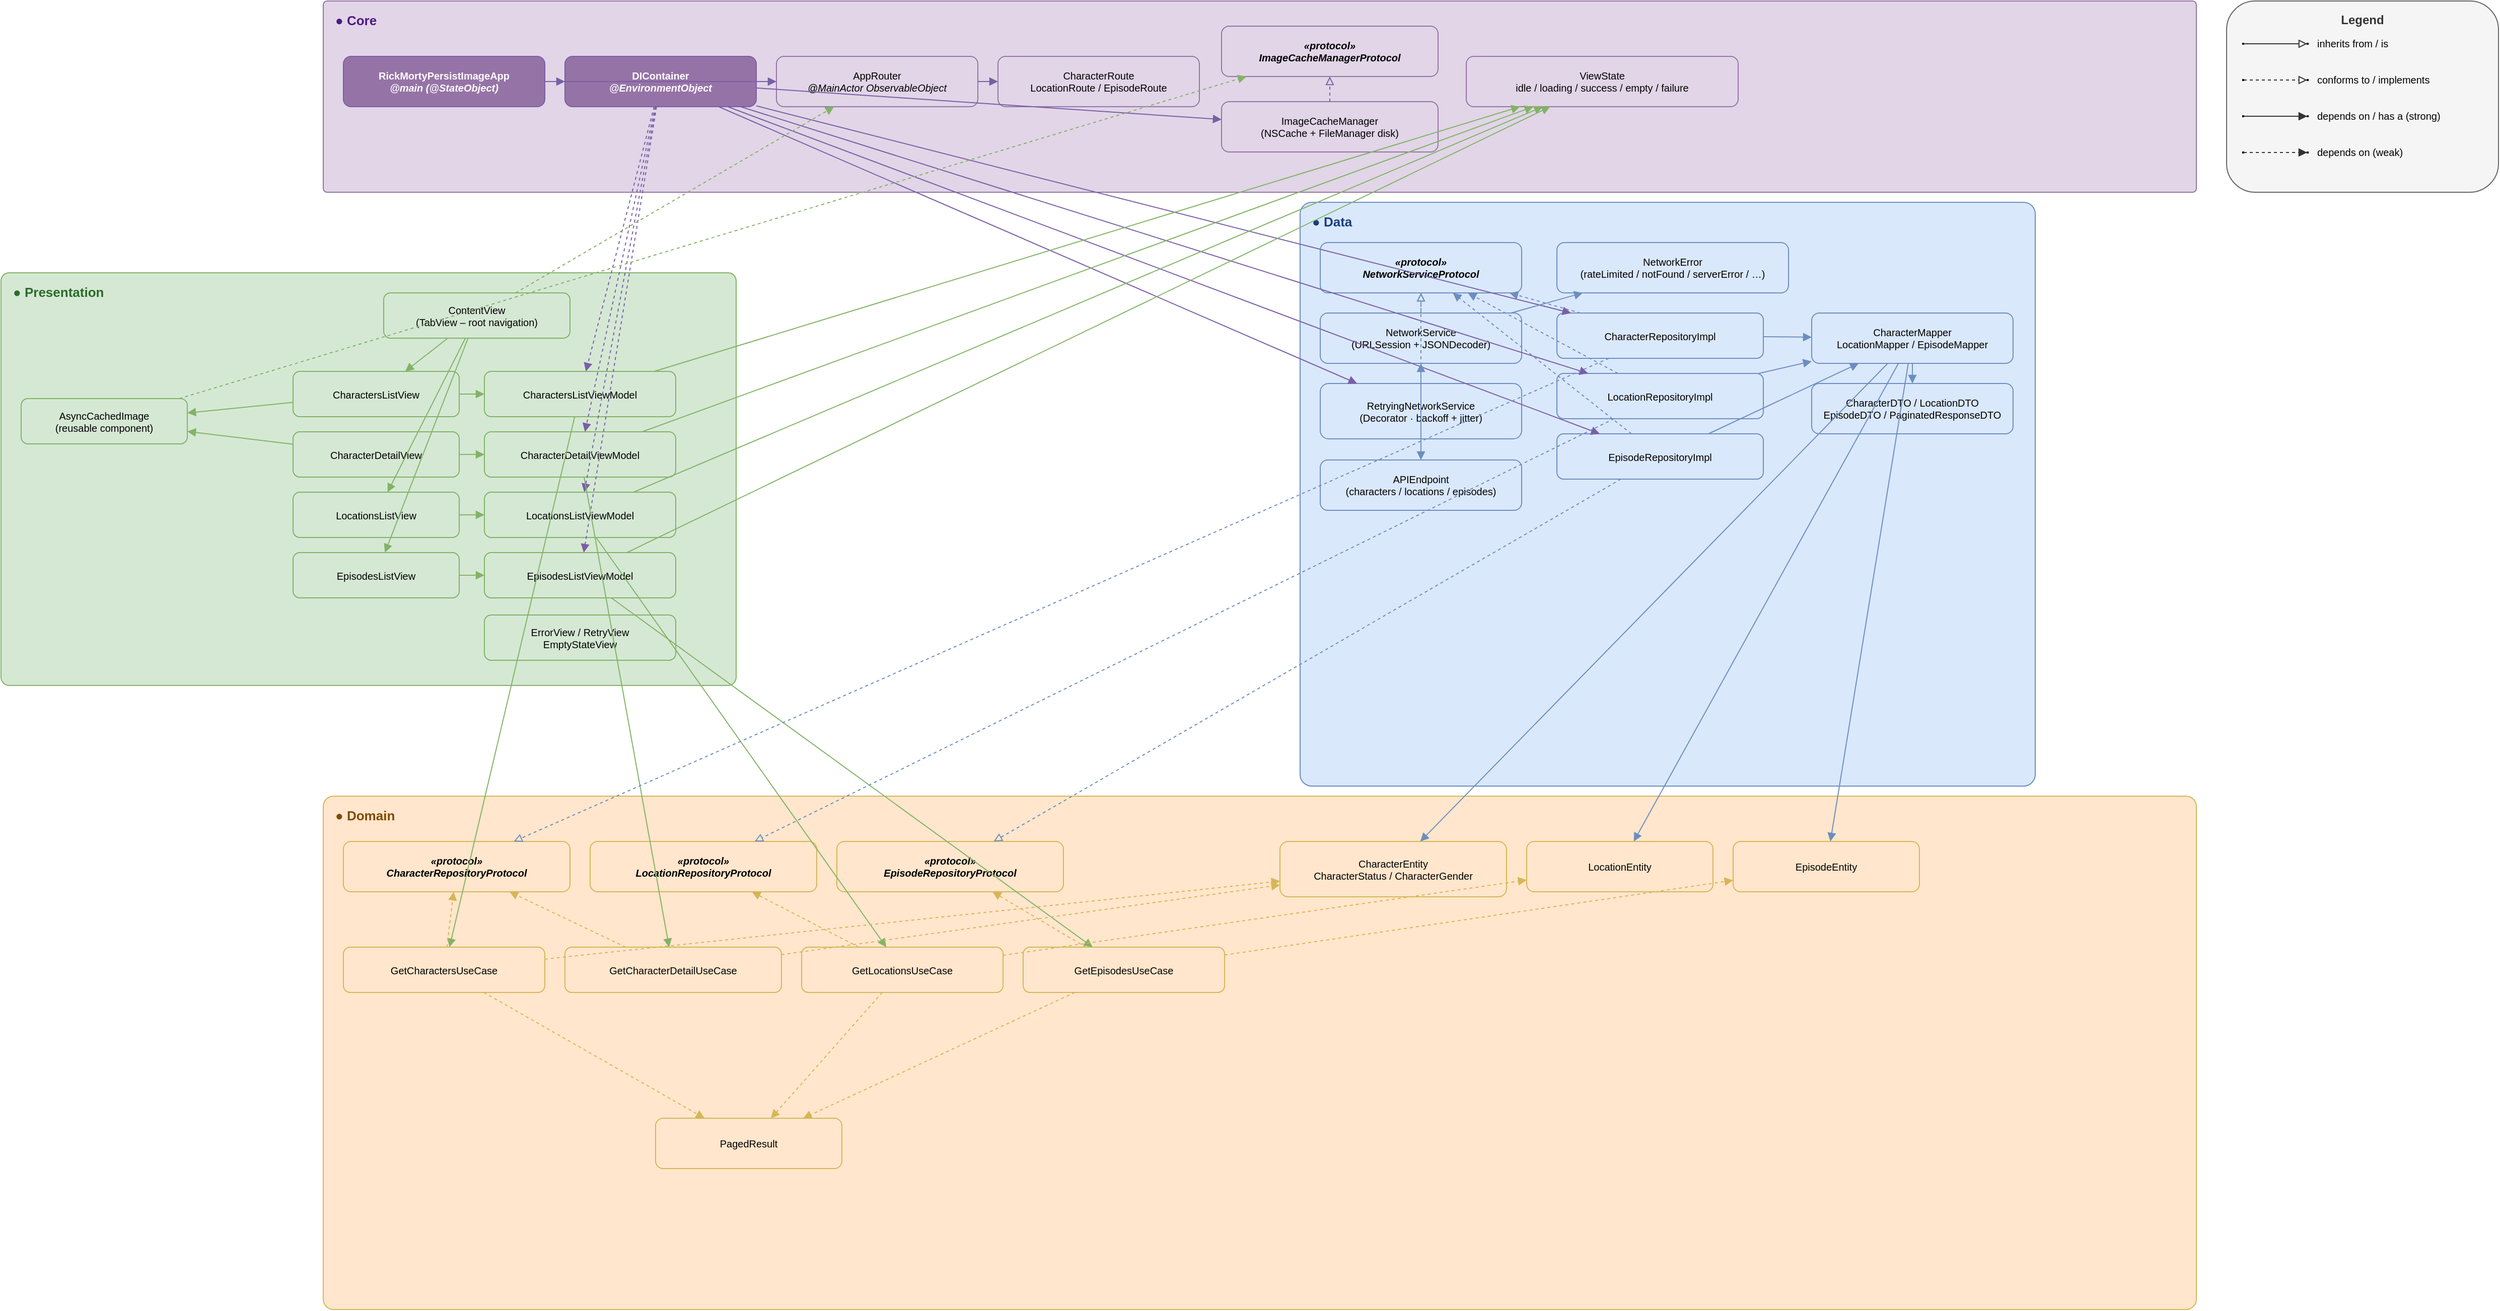
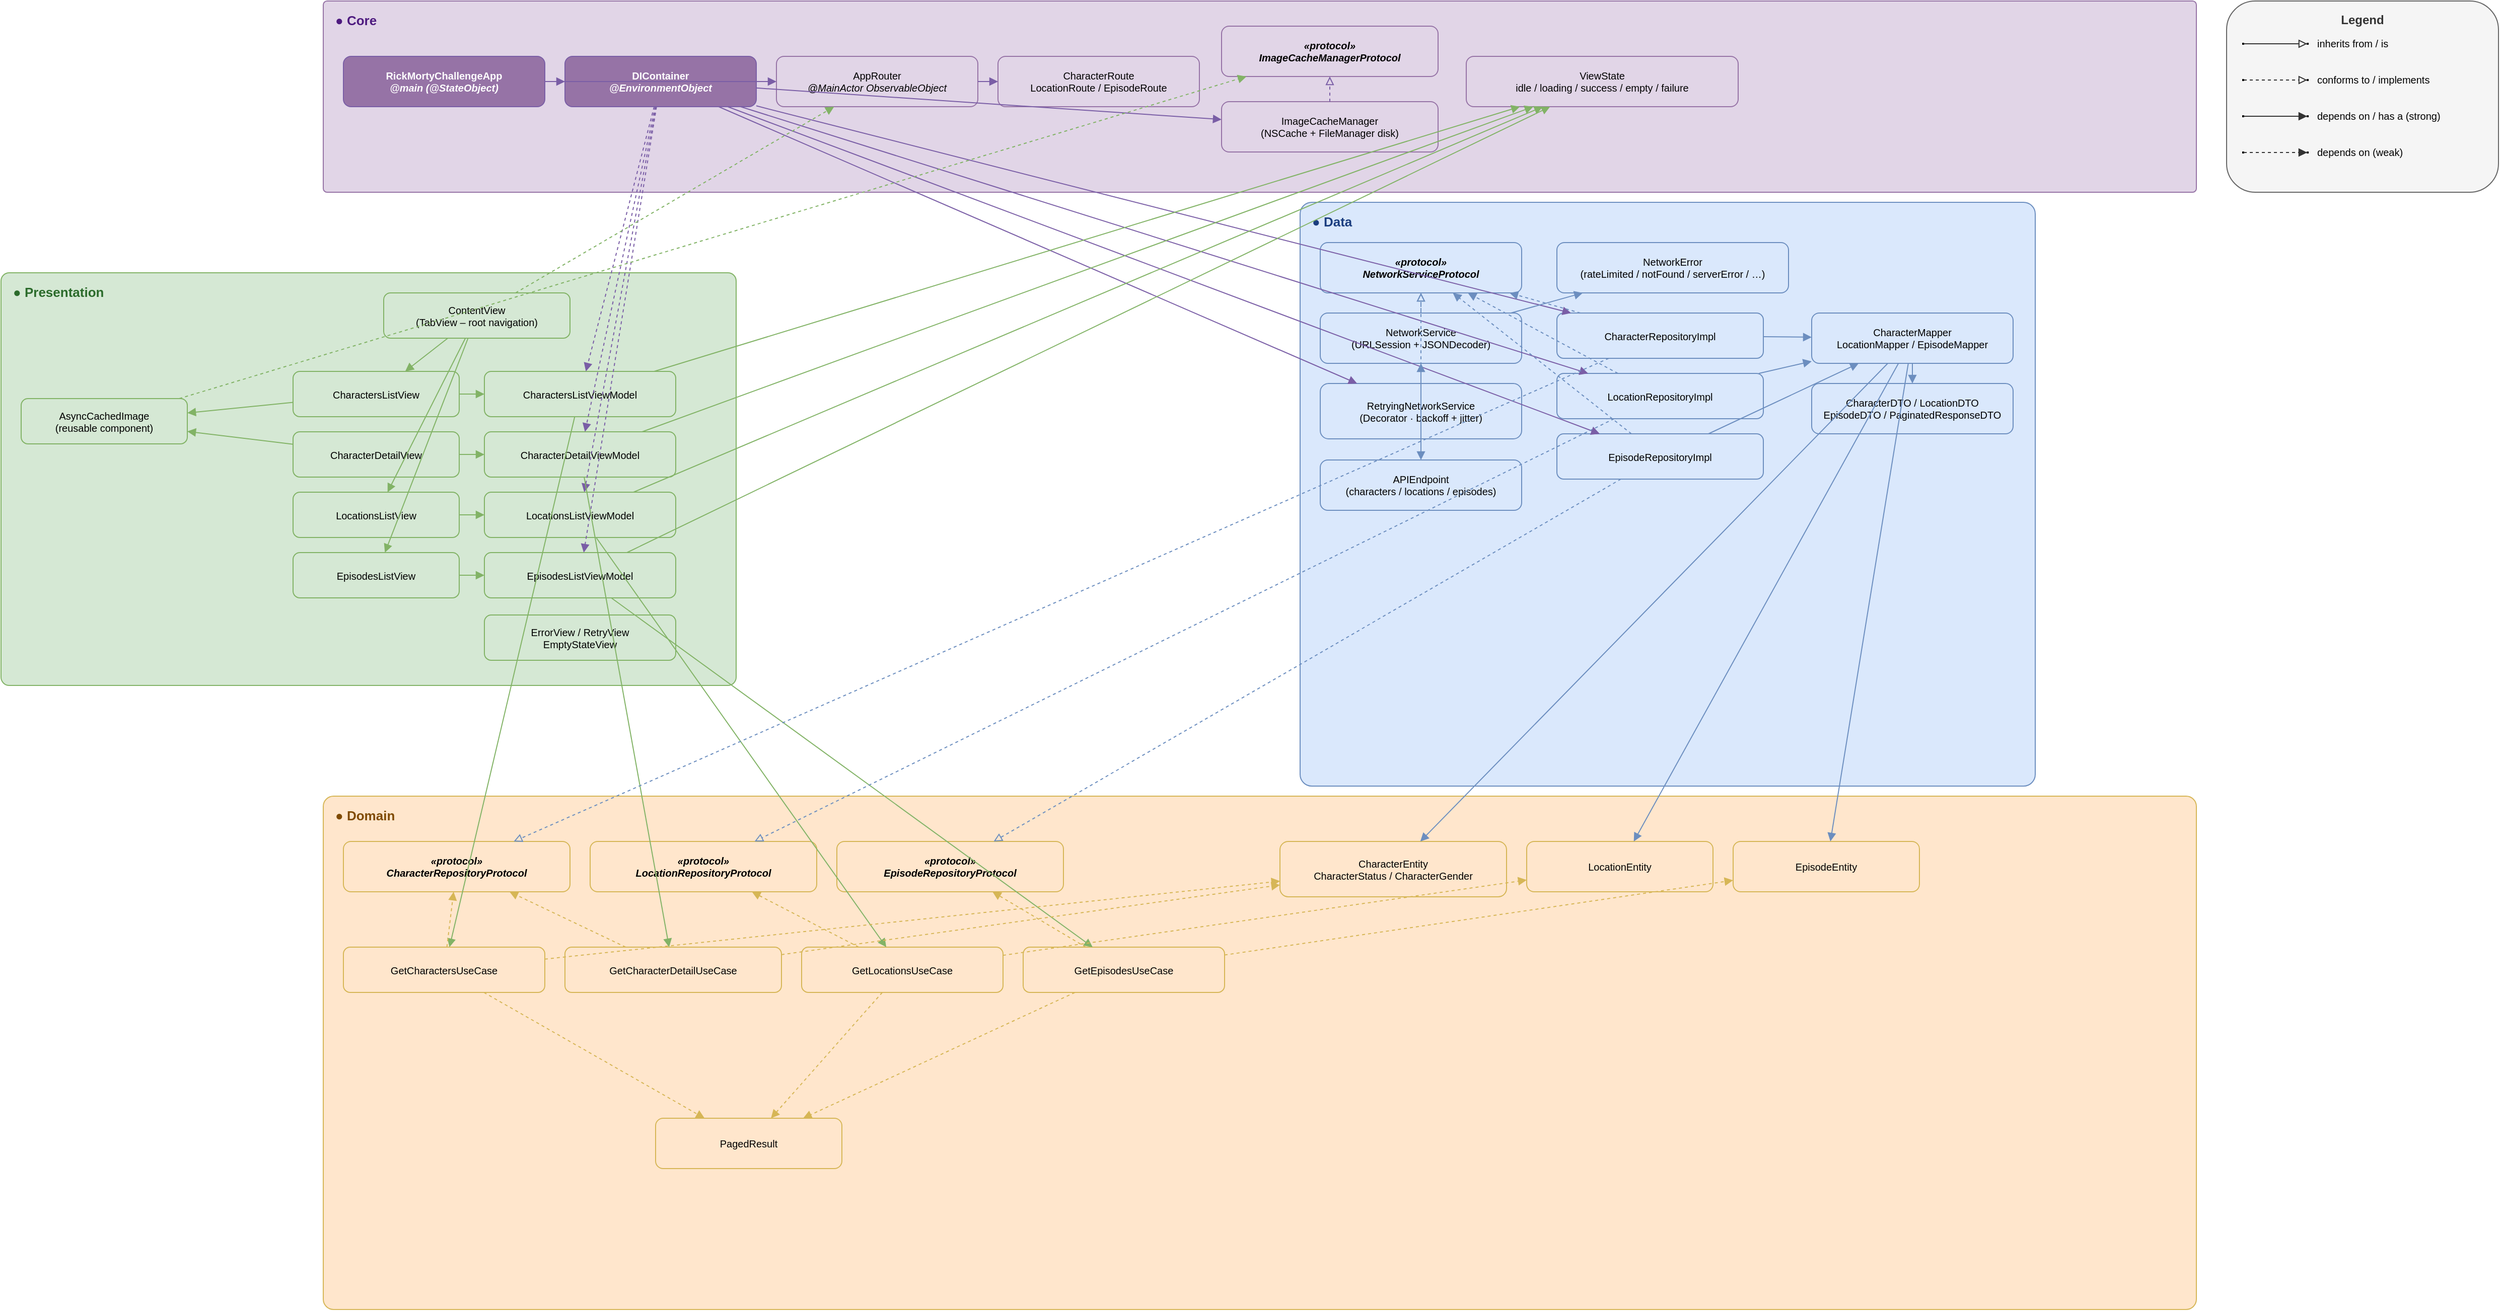
<mxfile host="Electron">
  <diagram id="rick-morty-arch" name="RickMorty – Clean Architecture">
    <mxGraphModel dx="3979" dy="987" grid="1" gridSize="10" guides="1" tooltips="1" connect="1" arrows="1" fold="1" page="1" pageScale="1" pageWidth="2200" pageHeight="1350" math="0" shadow="0">
      <root>
        <mxCell id="0" />
        <mxCell id="1" parent="0" />
        <mxCell id="U3Hdq8gIQtCdyli4qdjE-3" connectable="0" parent="1" style="group;movable=1;resizable=1;rotatable=1;deletable=1;editable=1;locked=0;connectable=1;" value="" vertex="1">
          <mxGeometry height="410" width="730" x="-300" y="290" as="geometry" />
        </mxCell>
        <mxCell id="bg_pres" parent="U3Hdq8gIQtCdyli4qdjE-3" style="rounded=1;whiteSpace=wrap;html=1;fillColor=#D5E8D4;strokeColor=#82B366;fontSize=13;fontColor=#2B6B2B;verticalAlign=top;align=left;spacingLeft=10;spacingTop=5;arcSize=2;" value="&lt;b&gt;● Presentation&lt;/b&gt;" vertex="1">
          <mxGeometry height="410" width="730" as="geometry" />
        </mxCell>
        <mxCell id="content_view" parent="U3Hdq8gIQtCdyli4qdjE-3" style="rounded=1;whiteSpace=wrap;html=1;fillColor=#D5E8D4;strokeColor=#82B366;fontSize=10;" value="ContentView&#xa;(TabView – root navigation)" vertex="1">
          <mxGeometry height="45" width="185" x="380" y="20" as="geometry" />
        </mxCell>
        <mxCell id="chars_list_view" parent="U3Hdq8gIQtCdyli4qdjE-3" style="rounded=1;whiteSpace=wrap;html=1;fillColor=#D5E8D4;strokeColor=#82B366;fontSize=10;" value="CharactersListView" vertex="1">
          <mxGeometry height="45" width="165" x="290" y="98" as="geometry" />
        </mxCell>
        <mxCell id="chars_list_vm" parent="U3Hdq8gIQtCdyli4qdjE-3" style="rounded=1;whiteSpace=wrap;html=1;fillColor=#D5E8D4;strokeColor=#82B366;fontSize=10;" value="CharactersListViewModel" vertex="1">
          <mxGeometry height="45" width="190" x="480" y="98" as="geometry" />
        </mxCell>
        <mxCell id="char_detail_view" parent="U3Hdq8gIQtCdyli4qdjE-3" style="rounded=1;whiteSpace=wrap;html=1;fillColor=#D5E8D4;strokeColor=#82B366;fontSize=10;" value="CharacterDetailView" vertex="1">
          <mxGeometry height="45" width="165" x="290" y="158" as="geometry" />
        </mxCell>
        <mxCell id="char_detail_vm" parent="U3Hdq8gIQtCdyli4qdjE-3" style="rounded=1;whiteSpace=wrap;html=1;fillColor=#D5E8D4;strokeColor=#82B366;fontSize=10;" value="CharacterDetailViewModel" vertex="1">
          <mxGeometry height="45" width="190" x="480" y="158" as="geometry" />
        </mxCell>
        <mxCell id="locs_list_view" parent="U3Hdq8gIQtCdyli4qdjE-3" style="rounded=1;whiteSpace=wrap;html=1;fillColor=#D5E8D4;strokeColor=#82B366;fontSize=10;" value="LocationsListView" vertex="1">
          <mxGeometry height="45" width="165" x="290" y="218" as="geometry" />
        </mxCell>
        <mxCell id="locs_list_vm" parent="U3Hdq8gIQtCdyli4qdjE-3" style="rounded=1;whiteSpace=wrap;html=1;fillColor=#D5E8D4;strokeColor=#82B366;fontSize=10;" value="LocationsListViewModel" vertex="1">
          <mxGeometry height="45" width="190" x="480" y="218" as="geometry" />
        </mxCell>
        <mxCell id="eps_list_view" parent="U3Hdq8gIQtCdyli4qdjE-3" style="rounded=1;whiteSpace=wrap;html=1;fillColor=#D5E8D4;strokeColor=#82B366;fontSize=10;" value="EpisodesListView" vertex="1">
          <mxGeometry height="45" width="165" x="290" y="278" as="geometry" />
        </mxCell>
        <mxCell id="eps_list_vm" parent="U3Hdq8gIQtCdyli4qdjE-3" style="rounded=1;whiteSpace=wrap;html=1;fillColor=#D5E8D4;strokeColor=#82B366;fontSize=10;" value="EpisodesListViewModel" vertex="1">
          <mxGeometry height="45" width="190" x="480" y="278" as="geometry" />
        </mxCell>
        <mxCell id="async_img" parent="U3Hdq8gIQtCdyli4qdjE-3" style="rounded=1;whiteSpace=wrap;html=1;fillColor=#D5E8D4;strokeColor=#82B366;fontSize=10;" value="AsyncCachedImage&#xa;(reusable component)" vertex="1">
          <mxGeometry height="45" width="165" x="20" y="125" as="geometry" />
        </mxCell>
        <mxCell id="shared_views" parent="U3Hdq8gIQtCdyli4qdjE-3" style="rounded=1;whiteSpace=wrap;html=1;fillColor=#D5E8D4;strokeColor=#82B366;fontSize=10;" value="ErrorView / RetryView&#xa;EmptyStateView" vertex="1">
          <mxGeometry height="45" width="190" x="480" y="340" as="geometry" />
        </mxCell>
        <mxCell id="e_cv_charsv" edge="1" parent="U3Hdq8gIQtCdyli4qdjE-3" source="content_view" style="endArrow=block;endFill=1;dashed=0;strokeColor=#82B366;" target="chars_list_view" value="">
          <mxGeometry relative="1" as="geometry" />
        </mxCell>
        <mxCell id="e_cv_locsv" edge="1" parent="U3Hdq8gIQtCdyli4qdjE-3" source="content_view" style="endArrow=block;endFill=1;dashed=0;strokeColor=#82B366;" target="locs_list_view" value="">
          <mxGeometry relative="1" as="geometry" />
        </mxCell>
        <mxCell id="e_cv_epsv" edge="1" parent="U3Hdq8gIQtCdyli4qdjE-3" source="content_view" style="endArrow=block;endFill=1;dashed=0;strokeColor=#82B366;" target="eps_list_view" value="">
          <mxGeometry relative="1" as="geometry" />
        </mxCell>
        <mxCell id="e_v_charsvm" edge="1" parent="U3Hdq8gIQtCdyli4qdjE-3" source="chars_list_view" style="endArrow=block;endFill=1;dashed=0;strokeColor=#82B366;" target="chars_list_vm" value="">
          <mxGeometry relative="1" as="geometry" />
        </mxCell>
        <mxCell id="e_v_chardetvm" edge="1" parent="U3Hdq8gIQtCdyli4qdjE-3" source="char_detail_view" style="endArrow=block;endFill=1;dashed=0;strokeColor=#82B366;" target="char_detail_vm" value="">
          <mxGeometry relative="1" as="geometry" />
        </mxCell>
        <mxCell id="e_v_locsvm" edge="1" parent="U3Hdq8gIQtCdyli4qdjE-3" source="locs_list_view" style="endArrow=block;endFill=1;dashed=0;strokeColor=#82B366;" target="locs_list_vm" value="">
          <mxGeometry relative="1" as="geometry" />
        </mxCell>
        <mxCell id="e_v_epsvm" edge="1" parent="U3Hdq8gIQtCdyli4qdjE-3" source="eps_list_view" style="endArrow=block;endFill=1;dashed=0;strokeColor=#82B366;" target="eps_list_vm" value="">
          <mxGeometry relative="1" as="geometry" />
        </mxCell>
        <mxCell id="e_charsv_img" edge="1" parent="U3Hdq8gIQtCdyli4qdjE-3" source="chars_list_view" style="endArrow=block;endFill=1;dashed=0;strokeColor=#82B366;" target="async_img" value="">
          <mxGeometry relative="1" as="geometry" />
        </mxCell>
        <mxCell id="e_chardetv_img" edge="1" parent="U3Hdq8gIQtCdyli4qdjE-3" source="char_detail_view" style="endArrow=block;endFill=1;dashed=0;strokeColor=#82B366;" target="async_img" value="">
          <mxGeometry relative="1" as="geometry" />
        </mxCell>
        <mxCell id="bg_core" parent="1" style="rounded=1;whiteSpace=wrap;html=1;fillColor=#E1D5E7;strokeColor=#9673A6;fontSize=13;fontColor=#4D1A7F;verticalAlign=top;align=left;spacingLeft=10;spacingTop=5;arcSize=2;" value="&lt;b&gt;● Core&lt;/b&gt;" vertex="1">
          <mxGeometry height="190" width="1860" x="20" y="20" as="geometry" />
        </mxCell>
        <mxCell id="bg_data" parent="1" style="rounded=1;whiteSpace=wrap;html=1;fillColor=#DAE8FC;strokeColor=#6C8EBF;fontSize=13;fontColor=#1A3D7F;verticalAlign=top;align=left;spacingLeft=10;spacingTop=5;arcSize=2;" value="&lt;b&gt;● Data&lt;/b&gt;" vertex="1">
          <mxGeometry height="580" width="730" x="990" y="220" as="geometry" />
        </mxCell>
        <mxCell id="bg_domain" parent="1" style="rounded=1;whiteSpace=wrap;html=1;fillColor=#FFE6CC;strokeColor=#D6B656;fontSize=13;fontColor=#7F4A00;verticalAlign=top;align=left;spacingLeft=10;spacingTop=5;arcSize=2;" value="&lt;b&gt;● Domain&lt;/b&gt;" vertex="1">
          <mxGeometry height="510" width="1860" x="20" y="810" as="geometry" />
        </mxCell>
-         <mxCell id="app_entry" parent="1" style="rounded=1;whiteSpace=wrap;html=1;fillColor=#9673A6;strokeColor=#7A5EA6;fontColor=#ffffff;fontStyle=1;fontSize=10;" value="RickMortyPersistImageApp&#xa;&lt;i&gt;@main  (@StateObject)&lt;/i&gt;" vertex="1">
+         <mxCell id="app_entry" parent="1" style="rounded=1;whiteSpace=wrap;html=1;fillColor=#9673A6;strokeColor=#7A5EA6;fontColor=#ffffff;fontStyle=1;fontSize=10;" value="RickMortyChallengeApp&#xa;&lt;i&gt;@main  (@StateObject)&lt;/i&gt;" vertex="1">
          <mxGeometry height="50" width="200" x="40" y="75" as="geometry" />
        </mxCell>
        <mxCell id="di_container" parent="1" style="rounded=1;whiteSpace=wrap;html=1;fillColor=#9673A6;strokeColor=#7A5EA6;fontColor=#ffffff;fontStyle=1;fontSize=10;" value="DIContainer&#xa;&lt;i&gt;@EnvironmentObject&lt;/i&gt;" vertex="1">
          <mxGeometry height="50" width="190" x="260" y="75" as="geometry" />
        </mxCell>
        <mxCell id="app_router" parent="1" style="rounded=1;whiteSpace=wrap;html=1;fillColor=#E1D5E7;strokeColor=#9673A6;fontSize=10;" value="AppRouter&#xa;&lt;i&gt;@MainActor ObservableObject&lt;/i&gt;" vertex="1">
          <mxGeometry height="50" width="200" x="470" y="75" as="geometry" />
        </mxCell>
        <mxCell id="app_route" parent="1" style="rounded=1;whiteSpace=wrap;html=1;fillColor=#E1D5E7;strokeColor=#9673A6;fontSize=10;" value="CharacterRoute&#xa;LocationRoute / EpisodeRoute" vertex="1">
          <mxGeometry height="50" width="200" x="690" y="75" as="geometry" />
        </mxCell>
        <mxCell id="img_cache_proto" parent="1" style="rounded=1;whiteSpace=wrap;html=1;fillColor=#E1D5E7;strokeColor=#9673A6;fontStyle=3;fontSize=10;" value="«protocol»&#xa;ImageCacheManagerProtocol" vertex="1">
          <mxGeometry height="50" width="215" x="912" y="45" as="geometry" />
        </mxCell>
        <mxCell id="img_cache" parent="1" style="rounded=1;whiteSpace=wrap;html=1;fillColor=#E1D5E7;strokeColor=#9673A6;fontSize=10;" value="ImageCacheManager&#xa;(NSCache + FileManager disk)" vertex="1">
          <mxGeometry height="50" width="215" x="912" y="120" as="geometry" />
        </mxCell>
        <mxCell id="view_state" parent="1" style="rounded=1;whiteSpace=wrap;html=1;fillColor=#E1D5E7;strokeColor=#9673A6;fontSize=10;" value="ViewState&lt;T&gt;&#xa;idle / loading / success / empty / failure" vertex="1">
          <mxGeometry height="50" width="270" x="1155" y="75" as="geometry" />
        </mxCell>
        <mxCell id="net_svc_proto" parent="1" style="rounded=1;whiteSpace=wrap;html=1;fillColor=#DAE8FC;strokeColor=#6C8EBF;fontStyle=3;fontSize=10;" value="«protocol»&#xa;NetworkServiceProtocol" vertex="1">
          <mxGeometry height="50" width="200" x="1010" y="260" as="geometry" />
        </mxCell>
        <mxCell id="net_svc" parent="1" style="rounded=1;whiteSpace=wrap;html=1;fillColor=#DAE8FC;strokeColor=#6C8EBF;fontSize=10;" value="NetworkService&#xa;(URLSession + JSONDecoder)" vertex="1">
          <mxGeometry height="50" width="200" x="1010" y="330" as="geometry" />
        </mxCell>
        <mxCell id="retry_svc" parent="1" style="rounded=1;whiteSpace=wrap;html=1;fillColor=#DAE8FC;strokeColor=#6C8EBF;fontSize=10;" value="RetryingNetworkService&#xa;(Decorator · backoff + jitter)" vertex="1">
          <mxGeometry height="55" width="200" x="1010" y="400" as="geometry" />
        </mxCell>
        <mxCell id="api_endpoint" parent="1" style="rounded=1;whiteSpace=wrap;html=1;fillColor=#DAE8FC;strokeColor=#6C8EBF;fontSize=10;" value="APIEndpoint&#xa;(characters / locations / episodes)" vertex="1">
          <mxGeometry height="50" width="200" x="1010" y="476" as="geometry" />
        </mxCell>
        <mxCell id="net_error" parent="1" style="rounded=1;whiteSpace=wrap;html=1;fillColor=#DAE8FC;strokeColor=#6C8EBF;fontSize=10;" value="NetworkError&#xa;(rateLimited / notFound / serverError / …)" vertex="1">
          <mxGeometry height="50" width="230" x="1245" y="260" as="geometry" />
        </mxCell>
        <mxCell id="char_repo_impl" parent="1" style="rounded=1;whiteSpace=wrap;html=1;fillColor=#DAE8FC;strokeColor=#6C8EBF;fontSize=10;" value="CharacterRepositoryImpl" vertex="1">
          <mxGeometry height="45" width="205" x="1245" y="330" as="geometry" />
        </mxCell>
        <mxCell id="loc_repo_impl" parent="1" style="rounded=1;whiteSpace=wrap;html=1;fillColor=#DAE8FC;strokeColor=#6C8EBF;fontSize=10;" value="LocationRepositoryImpl" vertex="1">
          <mxGeometry height="45" width="205" x="1245" y="390" as="geometry" />
        </mxCell>
        <mxCell id="ep_repo_impl" parent="1" style="rounded=1;whiteSpace=wrap;html=1;fillColor=#DAE8FC;strokeColor=#6C8EBF;fontSize=10;" value="EpisodeRepositoryImpl" vertex="1">
          <mxGeometry height="45" width="205" x="1245" y="450" as="geometry" />
        </mxCell>
        <mxCell id="mappers" parent="1" style="rounded=1;whiteSpace=wrap;html=1;fillColor=#DAE8FC;strokeColor=#6C8EBF;fontSize=10;" value="CharacterMapper&#xa;LocationMapper / EpisodeMapper" vertex="1">
          <mxGeometry height="50" width="200" x="1498" y="330" as="geometry" />
        </mxCell>
        <mxCell id="dtos" parent="1" style="rounded=1;whiteSpace=wrap;html=1;fillColor=#DAE8FC;strokeColor=#6C8EBF;fontSize=10;" value="CharacterDTO / LocationDTO&#xa;EpisodeDTO / PaginatedResponseDTO" vertex="1">
          <mxGeometry height="50" width="200" x="1498" y="400" as="geometry" />
        </mxCell>
        <mxCell id="char_repo_proto" parent="1" style="rounded=1;whiteSpace=wrap;html=1;fillColor=#FFE6CC;strokeColor=#D6B656;fontStyle=3;fontSize=10;" value="«protocol»&#xa;CharacterRepositoryProtocol" vertex="1">
          <mxGeometry height="50" width="225" x="40" y="855" as="geometry" />
        </mxCell>
        <mxCell id="loc_repo_proto" parent="1" style="rounded=1;whiteSpace=wrap;html=1;fillColor=#FFE6CC;strokeColor=#D6B656;fontStyle=3;fontSize=10;" value="«protocol»&#xa;LocationRepositoryProtocol" vertex="1">
          <mxGeometry height="50" width="225" x="285" y="855" as="geometry" />
        </mxCell>
        <mxCell id="ep_repo_proto" parent="1" style="rounded=1;whiteSpace=wrap;html=1;fillColor=#FFE6CC;strokeColor=#D6B656;fontStyle=3;fontSize=10;" value="«protocol»&#xa;EpisodeRepositoryProtocol" vertex="1">
          <mxGeometry height="50" width="225" x="530" y="855" as="geometry" />
        </mxCell>
        <mxCell id="get_chars_uc" parent="1" style="rounded=1;whiteSpace=wrap;html=1;fillColor=#FFE6CC;strokeColor=#D6B656;fontSize=10;" value="GetCharactersUseCase" vertex="1">
          <mxGeometry height="45" width="200" x="40" y="960" as="geometry" />
        </mxCell>
        <mxCell id="get_char_detail_uc" parent="1" style="rounded=1;whiteSpace=wrap;html=1;fillColor=#FFE6CC;strokeColor=#D6B656;fontSize=10;" value="GetCharacterDetailUseCase" vertex="1">
          <mxGeometry height="45" width="215" x="260" y="960" as="geometry" />
        </mxCell>
        <mxCell id="get_locs_uc" parent="1" style="rounded=1;whiteSpace=wrap;html=1;fillColor=#FFE6CC;strokeColor=#D6B656;fontSize=10;" value="GetLocationsUseCase" vertex="1">
          <mxGeometry height="45" width="200" x="495" y="960" as="geometry" />
        </mxCell>
        <mxCell id="get_eps_uc" parent="1" style="rounded=1;whiteSpace=wrap;html=1;fillColor=#FFE6CC;strokeColor=#D6B656;fontSize=10;" value="GetEpisodesUseCase" vertex="1">
          <mxGeometry height="45" width="200" x="715" y="960" as="geometry" />
        </mxCell>
        <mxCell id="char_entity" parent="1" style="rounded=1;whiteSpace=wrap;html=1;fillColor=#FFE6CC;strokeColor=#D6B656;fontSize=10;" value="CharacterEntity&#xa;CharacterStatus / CharacterGender" vertex="1">
          <mxGeometry height="55" width="225" x="970" y="855" as="geometry" />
        </mxCell>
        <mxCell id="loc_entity" parent="1" style="rounded=1;whiteSpace=wrap;html=1;fillColor=#FFE6CC;strokeColor=#D6B656;fontSize=10;" value="LocationEntity" vertex="1">
          <mxGeometry height="50" width="185" x="1215" y="855" as="geometry" />
        </mxCell>
        <mxCell id="ep_entity" parent="1" style="rounded=1;whiteSpace=wrap;html=1;fillColor=#FFE6CC;strokeColor=#D6B656;fontSize=10;" value="EpisodeEntity" vertex="1">
          <mxGeometry height="50" width="185" x="1420" y="855" as="geometry" />
        </mxCell>
        <mxCell id="paged_result" parent="1" style="rounded=1;whiteSpace=wrap;html=1;fillColor=#FFE6CC;strokeColor=#D6B656;fontSize=10;" value="PagedResult&lt;T: Sendable&gt;" vertex="1">
          <mxGeometry height="50" width="185" x="350" y="1130" as="geometry" />
        </mxCell>
        <mxCell id="leg_bg" parent="1" style="rounded=1;whiteSpace=wrap;html=1;fillColor=#f5f5f5;strokeColor=#666666;fontColor=#333333;fontStyle=1;fontSize=12;verticalAlign=top;spacingTop=5;" value="Legend" vertex="1">
          <mxGeometry height="190" width="270" x="1910" y="20" as="geometry" />
        </mxCell>
        <mxCell id="l1a" parent="1" style="point;" value="" vertex="1">
          <mxGeometry height="1" width="1" x="1926" y="62" as="geometry" />
        </mxCell>
        <mxCell id="l1b" parent="1" style="point;" value="" vertex="1">
          <mxGeometry height="1" width="1" x="1990" y="62" as="geometry" />
        </mxCell>
        <mxCell id="l1e" edge="1" parent="1" source="l1a" style="endArrow=block;endFill=0;dashed=0;strokeColor=#333333;" target="l1b" value="">
          <mxGeometry relative="1" as="geometry" />
        </mxCell>
        <mxCell id="l1t" parent="1" style="text;html=1;strokeColor=none;fillColor=none;align=left;verticalAlign=middle;fontSize=10;" value="inherits from / is" vertex="1">
          <mxGeometry height="18" width="170" x="1998" y="53" as="geometry" />
        </mxCell>
        <mxCell id="l2a" parent="1" style="point;" value="" vertex="1">
          <mxGeometry height="1" width="1" x="1926" y="98" as="geometry" />
        </mxCell>
        <mxCell id="l2b" parent="1" style="point;" value="" vertex="1">
          <mxGeometry height="1" width="1" x="1990" y="98" as="geometry" />
        </mxCell>
        <mxCell id="l2e" edge="1" parent="1" source="l2a" style="dashed=1;endArrow=block;endFill=0;strokeColor=#333333;" target="l2b" value="">
          <mxGeometry relative="1" as="geometry" />
        </mxCell>
        <mxCell id="l2t" parent="1" style="text;html=1;strokeColor=none;fillColor=none;align=left;verticalAlign=middle;fontSize=10;" value="conforms to / implements" vertex="1">
          <mxGeometry height="18" width="170" x="1998" y="89" as="geometry" />
        </mxCell>
        <mxCell id="l3a" parent="1" style="point;" value="" vertex="1">
          <mxGeometry height="1" width="1" x="1926" y="134" as="geometry" />
        </mxCell>
        <mxCell id="l3b" parent="1" style="point;" value="" vertex="1">
          <mxGeometry height="1" width="1" x="1990" y="134" as="geometry" />
        </mxCell>
        <mxCell id="l3e" edge="1" parent="1" source="l3a" style="endArrow=block;endFill=1;dashed=0;strokeColor=#333333;" target="l3b" value="">
          <mxGeometry relative="1" as="geometry" />
        </mxCell>
        <mxCell id="l3t" parent="1" style="text;html=1;strokeColor=none;fillColor=none;align=left;verticalAlign=middle;fontSize=10;" value="depends on / has a (strong)" vertex="1">
          <mxGeometry height="18" width="170" x="1998" y="125" as="geometry" />
        </mxCell>
        <mxCell id="l4a" parent="1" style="point;" value="" vertex="1">
          <mxGeometry height="1" width="1" x="1926" y="170" as="geometry" />
        </mxCell>
        <mxCell id="l4b" parent="1" style="point;" value="" vertex="1">
          <mxGeometry height="1" width="1" x="1990" y="170" as="geometry" />
        </mxCell>
        <mxCell id="l4e" edge="1" parent="1" source="l4a" style="dashed=1;endArrow=block;endFill=1;strokeColor=#333333;" target="l4b" value="">
          <mxGeometry relative="1" as="geometry" />
        </mxCell>
        <mxCell id="l4t" parent="1" style="text;html=1;strokeColor=none;fillColor=none;align=left;verticalAlign=middle;fontSize=10;" value="depends on (weak)" vertex="1">
          <mxGeometry height="18" width="170" x="1998" y="161" as="geometry" />
        </mxCell>
        <mxCell id="e_entry_di" edge="1" parent="1" source="app_entry" style="endArrow=block;endFill=1;dashed=0;strokeColor=#7A5EA6;" target="di_container" value="">
          <mxGeometry relative="1" as="geometry" />
        </mxCell>
        <mxCell id="e_entry_router" edge="1" parent="1" source="app_entry" style="endArrow=block;endFill=1;dashed=0;strokeColor=#7A5EA6;" target="app_router" value="">
          <mxGeometry relative="1" as="geometry" />
        </mxCell>
        <mxCell id="e_router_route" edge="1" parent="1" source="app_router" style="endArrow=block;endFill=1;dashed=0;strokeColor=#7A5EA6;" target="app_route" value="">
          <mxGeometry relative="1" as="geometry" />
        </mxCell>
        <mxCell id="e_di_imgcache" edge="1" parent="1" source="di_container" style="endArrow=block;endFill=1;dashed=0;strokeColor=#7A5EA6;" target="img_cache" value="">
          <mxGeometry relative="1" as="geometry" />
        </mxCell>
        <mxCell id="e_imgcache_proto" edge="1" parent="1" source="img_cache" style="dashed=1;endArrow=block;endFill=0;strokeColor=#7A5EA6;" target="img_cache_proto" value="">
          <mxGeometry relative="1" as="geometry" />
        </mxCell>
        <mxCell id="e_di_retry" edge="1" parent="1" source="di_container" style="endArrow=block;endFill=1;dashed=0;strokeColor=#7A5EA6;" target="retry_svc" value="">
          <mxGeometry relative="1" as="geometry" />
        </mxCell>
        <mxCell id="e_di_charrepo" edge="1" parent="1" source="di_container" style="endArrow=block;endFill=1;dashed=0;strokeColor=#7A5EA6;" target="char_repo_impl" value="">
          <mxGeometry relative="1" as="geometry" />
        </mxCell>
        <mxCell id="e_di_locrepo" edge="1" parent="1" source="di_container" style="endArrow=block;endFill=1;dashed=0;strokeColor=#7A5EA6;" target="loc_repo_impl" value="">
          <mxGeometry relative="1" as="geometry" />
        </mxCell>
        <mxCell id="e_di_eprepo" edge="1" parent="1" source="di_container" style="endArrow=block;endFill=1;dashed=0;strokeColor=#7A5EA6;" target="ep_repo_impl" value="">
          <mxGeometry relative="1" as="geometry" />
        </mxCell>
        <mxCell id="e_di_charsvm" edge="1" parent="1" source="di_container" style="dashed=1;endArrow=block;endFill=1;strokeColor=#7A5EA6;" target="chars_list_vm" value="">
          <mxGeometry relative="1" as="geometry" />
        </mxCell>
        <mxCell id="e_di_chardetvm" edge="1" parent="1" source="di_container" style="dashed=1;endArrow=block;endFill=1;strokeColor=#7A5EA6;" target="char_detail_vm" value="">
          <mxGeometry relative="1" as="geometry" />
        </mxCell>
        <mxCell id="e_di_locsvm" edge="1" parent="1" source="di_container" style="dashed=1;endArrow=block;endFill=1;strokeColor=#7A5EA6;" target="locs_list_vm" value="">
          <mxGeometry relative="1" as="geometry" />
        </mxCell>
        <mxCell id="e_di_epsvm" edge="1" parent="1" source="di_container" style="dashed=1;endArrow=block;endFill=1;strokeColor=#7A5EA6;" target="eps_list_vm" value="">
          <mxGeometry relative="1" as="geometry" />
        </mxCell>
        <mxCell id="e_cv_router" edge="1" parent="1" source="content_view" style="dashed=1;endArrow=block;endFill=1;strokeColor=#82B366;" target="app_router" value="">
          <mxGeometry relative="1" as="geometry" />
        </mxCell>
        <mxCell id="e_charsvm_vs" edge="1" parent="1" source="chars_list_vm" style="endArrow=block;endFill=1;dashed=0;strokeColor=#82B366;" target="view_state" value="">
          <mxGeometry relative="1" as="geometry" />
        </mxCell>
        <mxCell id="e_chardetvm_vs" edge="1" parent="1" source="char_detail_vm" style="endArrow=block;endFill=1;dashed=0;strokeColor=#82B366;" target="view_state" value="">
          <mxGeometry relative="1" as="geometry" />
        </mxCell>
        <mxCell id="e_locsvm_vs" edge="1" parent="1" source="locs_list_vm" style="endArrow=block;endFill=1;dashed=0;strokeColor=#82B366;" target="view_state" value="">
          <mxGeometry relative="1" as="geometry" />
        </mxCell>
        <mxCell id="e_epsvm_vs" edge="1" parent="1" source="eps_list_vm" style="endArrow=block;endFill=1;dashed=0;strokeColor=#82B366;" target="view_state" value="">
          <mxGeometry relative="1" as="geometry" />
        </mxCell>
        <mxCell id="e_vm_gcharuc" edge="1" parent="1" source="chars_list_vm" style="endArrow=block;endFill=1;dashed=0;strokeColor=#82B366;" target="get_chars_uc" value="">
          <mxGeometry relative="1" as="geometry" />
        </mxCell>
        <mxCell id="e_vm_gchardetuc" edge="1" parent="1" source="char_detail_vm" style="endArrow=block;endFill=1;dashed=0;strokeColor=#82B366;" target="get_char_detail_uc" value="">
          <mxGeometry relative="1" as="geometry" />
        </mxCell>
        <mxCell id="e_vm_glocsuc" edge="1" parent="1" source="locs_list_vm" style="endArrow=block;endFill=1;dashed=0;strokeColor=#82B366;" target="get_locs_uc" value="">
          <mxGeometry relative="1" as="geometry" />
        </mxCell>
        <mxCell id="e_vm_gepsuc" edge="1" parent="1" source="eps_list_vm" style="endArrow=block;endFill=1;dashed=0;strokeColor=#82B366;" target="get_eps_uc" value="">
          <mxGeometry relative="1" as="geometry" />
        </mxCell>
        <mxCell id="e_netsvc_proto" edge="1" parent="1" source="net_svc" style="dashed=1;endArrow=block;endFill=0;strokeColor=#6C8EBF;" target="net_svc_proto" value="">
          <mxGeometry relative="1" as="geometry" />
        </mxCell>
        <mxCell id="e_retry_proto" edge="1" parent="1" source="retry_svc" style="dashed=1;endArrow=block;endFill=0;strokeColor=#6C8EBF;" target="net_svc_proto" value="">
          <mxGeometry relative="1" as="geometry" />
        </mxCell>
        <mxCell id="e_retry_netsvc" edge="1" parent="1" source="retry_svc" style="endArrow=block;endFill=1;dashed=0;strokeColor=#6C8EBF;" target="net_svc" value="">
          <mxGeometry relative="1" as="geometry" />
        </mxCell>
        <mxCell id="e_netsvc_endpoint" edge="1" parent="1" source="net_svc" style="endArrow=block;endFill=1;dashed=0;strokeColor=#6C8EBF;" target="api_endpoint" value="">
          <mxGeometry relative="1" as="geometry" />
        </mxCell>
        <mxCell id="e_netsvc_err" edge="1" parent="1" source="net_svc" style="endArrow=block;endFill=1;dashed=0;strokeColor=#6C8EBF;" target="net_error" value="">
          <mxGeometry relative="1" as="geometry" />
        </mxCell>
        <mxCell id="e_charrimp_netsvc" edge="1" parent="1" source="char_repo_impl" style="dashed=1;endArrow=block;endFill=1;strokeColor=#6C8EBF;" target="net_svc_proto" value="">
          <mxGeometry relative="1" as="geometry" />
        </mxCell>
        <mxCell id="e_locrimp_netsvc" edge="1" parent="1" source="loc_repo_impl" style="dashed=1;endArrow=block;endFill=1;strokeColor=#6C8EBF;" target="net_svc_proto" value="">
          <mxGeometry relative="1" as="geometry" />
        </mxCell>
        <mxCell id="e_eprimp_netsvc" edge="1" parent="1" source="ep_repo_impl" style="dashed=1;endArrow=block;endFill=1;strokeColor=#6C8EBF;" target="net_svc_proto" value="">
          <mxGeometry relative="1" as="geometry" />
        </mxCell>
        <mxCell id="e_charrimp_mapper" edge="1" parent="1" source="char_repo_impl" style="endArrow=block;endFill=1;dashed=0;strokeColor=#6C8EBF;" target="mappers" value="">
          <mxGeometry relative="1" as="geometry" />
        </mxCell>
        <mxCell id="e_locrimp_mapper" edge="1" parent="1" source="loc_repo_impl" style="endArrow=block;endFill=1;dashed=0;strokeColor=#6C8EBF;" target="mappers" value="">
          <mxGeometry relative="1" as="geometry" />
        </mxCell>
        <mxCell id="e_eprimp_mapper" edge="1" parent="1" source="ep_repo_impl" style="endArrow=block;endFill=1;dashed=0;strokeColor=#6C8EBF;" target="mappers" value="">
          <mxGeometry relative="1" as="geometry" />
        </mxCell>
        <mxCell id="e_mappers_dtos" edge="1" parent="1" source="mappers" style="endArrow=block;endFill=1;dashed=0;strokeColor=#6C8EBF;" target="dtos" value="">
          <mxGeometry relative="1" as="geometry" />
        </mxCell>
        <mxCell id="e_charrimp_proto" edge="1" parent="1" source="char_repo_impl" style="dashed=1;endArrow=block;endFill=0;strokeColor=#6C8EBF;" target="char_repo_proto" value="">
          <mxGeometry relative="1" as="geometry" />
        </mxCell>
        <mxCell id="e_locrimp_proto" edge="1" parent="1" source="loc_repo_impl" style="dashed=1;endArrow=block;endFill=0;strokeColor=#6C8EBF;" target="loc_repo_proto" value="">
          <mxGeometry relative="1" as="geometry" />
        </mxCell>
        <mxCell id="e_eprimp_proto" edge="1" parent="1" source="ep_repo_impl" style="dashed=1;endArrow=block;endFill=0;strokeColor=#6C8EBF;" target="ep_repo_proto" value="">
          <mxGeometry relative="1" as="geometry" />
        </mxCell>
        <mxCell id="e_mappers_charent" edge="1" parent="1" source="mappers" style="endArrow=block;endFill=1;dashed=0;strokeColor=#6C8EBF;" target="char_entity" value="">
          <mxGeometry relative="1" as="geometry" />
        </mxCell>
        <mxCell id="e_mappers_locent" edge="1" parent="1" source="mappers" style="endArrow=block;endFill=1;dashed=0;strokeColor=#6C8EBF;" target="loc_entity" value="">
          <mxGeometry relative="1" as="geometry" />
        </mxCell>
        <mxCell id="e_mappers_epent" edge="1" parent="1" source="mappers" style="endArrow=block;endFill=1;dashed=0;strokeColor=#6C8EBF;" target="ep_entity" value="">
          <mxGeometry relative="1" as="geometry" />
        </mxCell>
        <mxCell id="e_gcharuc_charproto" edge="1" parent="1" source="get_chars_uc" style="dashed=1;endArrow=block;endFill=1;strokeColor=#D6B656;" target="char_repo_proto" value="">
          <mxGeometry relative="1" as="geometry" />
        </mxCell>
        <mxCell id="e_gchardetuc_charproto" edge="1" parent="1" source="get_char_detail_uc" style="dashed=1;endArrow=block;endFill=1;strokeColor=#D6B656;" target="char_repo_proto" value="">
          <mxGeometry relative="1" as="geometry" />
        </mxCell>
        <mxCell id="e_glocsuc_locproto" edge="1" parent="1" source="get_locs_uc" style="dashed=1;endArrow=block;endFill=1;strokeColor=#D6B656;" target="loc_repo_proto" value="">
          <mxGeometry relative="1" as="geometry" />
        </mxCell>
        <mxCell id="e_gepsuc_epproto" edge="1" parent="1" source="get_eps_uc" style="dashed=1;endArrow=block;endFill=1;strokeColor=#D6B656;" target="ep_repo_proto" value="">
          <mxGeometry relative="1" as="geometry" />
        </mxCell>
        <mxCell id="e_gcharuc_charent" edge="1" parent="1" source="get_chars_uc" style="dashed=1;endArrow=block;endFill=1;strokeColor=#D6B656;" target="char_entity" value="">
          <mxGeometry relative="1" as="geometry" />
        </mxCell>
        <mxCell id="e_gchardetuc_charent" edge="1" parent="1" source="get_char_detail_uc" style="dashed=1;endArrow=block;endFill=1;strokeColor=#D6B656;" target="char_entity" value="">
          <mxGeometry relative="1" as="geometry" />
        </mxCell>
        <mxCell id="e_glocsuc_locent" edge="1" parent="1" source="get_locs_uc" style="dashed=1;endArrow=block;endFill=1;strokeColor=#D6B656;" target="loc_entity" value="">
          <mxGeometry relative="1" as="geometry" />
        </mxCell>
        <mxCell id="e_gepsuc_epent" edge="1" parent="1" source="get_eps_uc" style="dashed=1;endArrow=block;endFill=1;strokeColor=#D6B656;" target="ep_entity" value="">
          <mxGeometry relative="1" as="geometry" />
        </mxCell>
        <mxCell id="e_gcharuc_paged" edge="1" parent="1" source="get_chars_uc" style="dashed=1;endArrow=block;endFill=1;strokeColor=#D6B656;" target="paged_result" value="">
          <mxGeometry relative="1" as="geometry" />
        </mxCell>
        <mxCell id="e_glocsuc_paged" edge="1" parent="1" source="get_locs_uc" style="dashed=1;endArrow=block;endFill=1;strokeColor=#D6B656;" target="paged_result" value="">
          <mxGeometry relative="1" as="geometry" />
        </mxCell>
        <mxCell id="e_gepsuc_paged" edge="1" parent="1" source="get_eps_uc" style="dashed=1;endArrow=block;endFill=1;strokeColor=#D6B656;" target="paged_result" value="">
          <mxGeometry relative="1" as="geometry" />
        </mxCell>
        <mxCell id="e_asyncimg_proto" edge="1" parent="1" source="async_img" style="dashed=1;endArrow=block;endFill=1;strokeColor=#82B366;" target="img_cache_proto" value="">
          <mxGeometry relative="1" as="geometry" />
        </mxCell>
      </root>
    </mxGraphModel>
  </diagram>
</mxfile>
